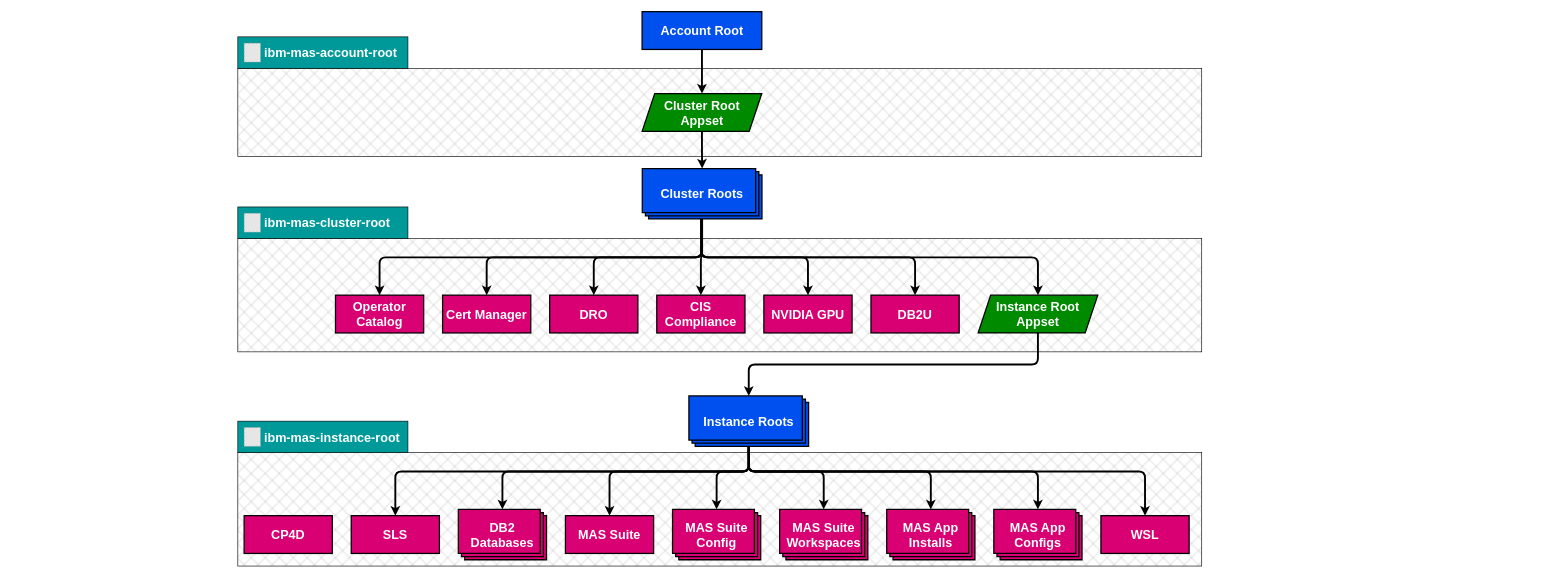
The draw.io diagram docs/drawio/appstructure.drawio in ibm-mas/gitops, before the edit. Source tidied: cells renumbered, new cells numbered last; positions are measured from the earlier drawing's top-left corner, leaving out a move shared by most shapes. Both pictures are drawn from the tidied source at 63%, with x=0, y=0 at pixel (238, 11). Pictures stored in the file or linked from it are replaced by grey dashed boxes.
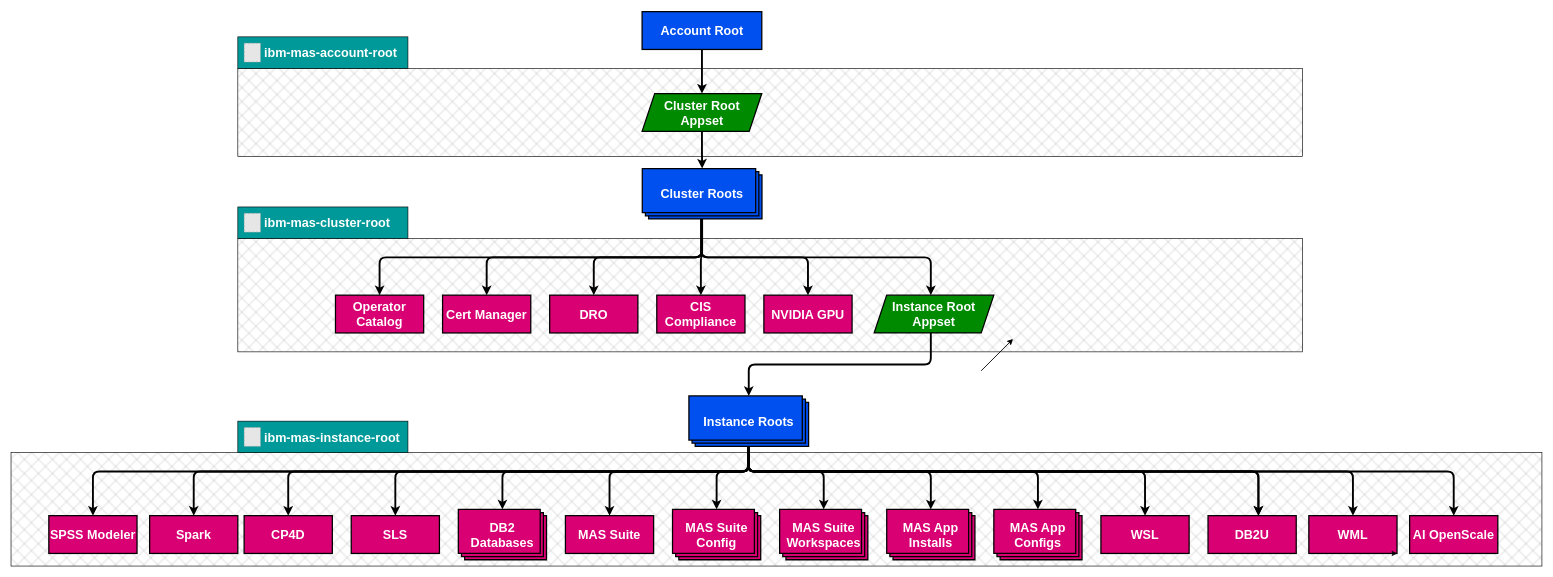
After the change.

Unchanged cells that the change refers to:
```xml
<mxCell id="19" value="CP4D" style="rounded=0;whiteSpace=wrap;html=1;fillColor=#d80073;strokeColor=#000000;fontColor=#ffffff;fontStyle=1;fontSize=20;strokeWidth=2;align=center;spacing=0;" parent="1" vertex="1">
  <mxGeometry x="10" y="800" width="140" height="60" as="geometry" />
</mxCell>
<mxCell id="27" value="&lt;span style=&quot;color: rgb(255, 255, 255); font-family: Helvetica; font-size: 20px; font-style: normal; font-variant-ligatures: normal; font-variant-caps: normal; letter-spacing: normal; orphans: 2; text-indent: 0px; text-transform: none; widows: 2; word-spacing: 0px; -webkit-text-stroke-width: 0px; text-decoration-thickness: initial; text-decoration-style: initial; text-decoration-color: initial; float: none; display: inline !important;&quot;&gt;Cluster Roots&lt;/span&gt;" style="verticalLabelPosition=middle;verticalAlign=middle;html=1;shape=mxgraph.basic.layered_rect;dx=10;outlineConnect=0;fillColor=#0050ef;fontColor=#ffffff;strokeColor=#000000;labelPosition=center;align=center;labelBackgroundColor=none;whiteSpace=wrap;horizontal=1;fontStyle=1;fontSize=20;strokeWidth=2;spacing=0;" parent="1" vertex="1">
  <mxGeometry x="642" y="249" width="190" height="80" as="geometry" />
</mxCell>
<mxCell id="36" value="Instance Roots" style="verticalLabelPosition=middle;verticalAlign=middle;html=1;shape=mxgraph.basic.layered_rect;dx=10;outlineConnect=0;fillColor=#0050ef;fontColor=#ffffff;strokeColor=#000000;labelPosition=center;align=center;labelBackgroundColor=none;whiteSpace=wrap;horizontal=1;fontStyle=1;fontSize=20;strokeWidth=2;spacing=0;" parent="1" vertex="1">
  <mxGeometry x="716" y="610" width="190" height="80" as="geometry" />
</mxCell>
```

What changed in the source:
```diff
@@
     <mxCell id="2" style="rounded=0;whiteSpace=wrap;html=1;strokeColor=#000000;strokeWidth=1;fontSize=20;fillColor=#9C9C9C;fillStyle=cross-hatch;" parent="1" vertex="1">
-      <mxGeometry y="700" width="1530" height="180" as="geometry" />
+      <mxGeometry x="-360" y="700" width="2430" height="180" as="geometry" />
     </mxCell>
     <mxCell id="3" style="rounded=0;whiteSpace=wrap;html=1;strokeColor=#000000;strokeWidth=1;fontSize=20;fillColor=#9C9C9C;fillStyle=cross-hatch;" parent="1" vertex="1">
-      <mxGeometry y="90" width="1530" height="140" as="geometry" />
+      <mxGeometry y="90" width="1690" height="140" as="geometry" />
     </mxCell>
     <mxCell id="4" style="rounded=0;whiteSpace=wrap;html=1;strokeColor=#000000;strokeWidth=1;fontSize=20;fillColor=#9C9C9C;fillStyle=cross-hatch;" parent="1" vertex="1">
-      <mxGeometry y="360" width="1530" height="180" as="geometry" />
+      <mxGeometry y="360" width="1690" height="180" as="geometry" />
     </mxCell>
@@
     <mxCell id="9" style="edgeStyle=orthogonalEdgeStyle;html=1;strokeWidth=3;orthogonal=1;strokeColor=#000000;" parent="1" edge="1" source="10" target="36">
       <mxGeometry relative="1" as="geometry">
         <Array as="points">
-          <mxPoint x="1270" y="560" />
+          <mxPoint x="1100" y="560" />
           <mxPoint x="811" y="560" />
         </Array>
       </mxGeometry>
     </mxCell>
     <mxCell id="10" value="Instance Root Appset" style="shape=parallelogram;perimeter=parallelogramPerimeter;whiteSpace=wrap;html=1;fixedSize=1;fillColor=#008a00;fontColor=#ffffff;strokeColor=#000000;fontStyle=1;fontSize=20;strokeWidth=2;align=center;spacing=0;" parent="1" vertex="1">
-      <mxGeometry x="1175" y="450" width="190" height="60" as="geometry" />
+      <mxGeometry x="1010" y="450" width="190" height="60" as="geometry" />
     </mxCell>
@@
     <mxCell id="16" value="DB2U" style="rounded=0;whiteSpace=wrap;html=1;fillColor=#d80073;strokeColor=#000000;fontColor=#ffffff;fontStyle=1;fontSize=20;strokeWidth=2;align=center;spacing=0;" parent="1" vertex="1">
-      <mxGeometry x="1005" y="450" width="140" height="60" as="geometry" />
+      <mxGeometry x="1540" y="800" width="140" height="60" as="geometry" />
     </mxCell>
@@
-    <mxCell id="25" style="edgeStyle=orthogonalEdgeStyle;html=1;strokeWidth=3;orthogonal=1;strokeColor=#000000;" parent="1" edge="1" source="27" target="16">
-      <mxGeometry relative="1" as="geometry">
-        <Array as="points">
-          <mxPoint x="736" y="390" />
-          <mxPoint x="1075" y="390" />
-        </Array>
-      </mxGeometry>
-    </mxCell>
     <mxCell id="26" style="edgeStyle=orthogonalEdgeStyle;html=1;strokeWidth=3;orthogonal=1;strokeColor=#000000;" parent="1" edge="1" source="27" target="10">
       <mxGeometry relative="1" as="geometry">
         <Array as="points">
           <mxPoint x="736" y="390" />
-          <mxPoint x="1270" y="390" />
+          <mxPoint x="1100" y="390" />
         </Array>
       </mxGeometry>
     </mxCell>
@@
+    <mxCell id="50" style="edgeStyle=orthogonalEdgeStyle;html=1;strokeColor=#000000;strokeWidth=3;fontSize=20;orthogonal=1;" parent="1" edge="1" source="36" target="16">
+      <mxGeometry relative="1" as="geometry">
+        <Array as="points">
+          <mxPoint x="810" y="730" />
+          <mxPoint x="1620" y="730" />
+        </Array>
+      </mxGeometry>
+    </mxCell>
+    <mxCell id="51" style="edgeStyle=orthogonalEdgeStyle;html=1;strokeWidth=3;orthogonal=1;strokeColor=#000000;" parent="1" edge="1" source="36" target="19">
+      <mxGeometry relative="1" as="geometry">
+        <Array as="points">
+          <mxPoint x="810" y="730" />
+          <mxPoint x="80" y="730" />
+        </Array>
+      </mxGeometry>
+    </mxCell>
+    <mxCell id="52" value="WML" style="rounded=0;whiteSpace=wrap;html=1;fillColor=#d80073;strokeColor=#000000;fontColor=#ffffff;fontStyle=1;fontSize=20;strokeWidth=2;align=center;spacing=0;" parent="1" vertex="1">
+      <mxGeometry x="1700" y="800" width="140" height="60" as="geometry" />
+    </mxCell>
+    <mxCell id="53" value="AI OpenScale" style="rounded=0;whiteSpace=wrap;html=1;fillColor=#d80073;strokeColor=#000000;fontColor=#ffffff;fontStyle=1;fontSize=20;strokeWidth=2;align=center;spacing=0;" parent="1" vertex="1">
+      <mxGeometry x="1860" y="800" width="140" height="60" as="geometry" />
+    </mxCell>
+    <mxCell id="54" style="endArrow=classic;html=1;" parent="1" edge="1">
+      <mxGeometry relative="1" as="geometry">
+        <mxPoint x="1180" y="570" as="sourcePoint" />
+        <mxPoint x="1230" y="520" as="targetPoint" />
+      </mxGeometry>
+    </mxCell>
+    <mxCell id="55" style="endArrow=classic;html=1;" parent="1" edge="1">
+      <mxGeometry relative="1" as="geometry">
+        <mxPoint x="1180" y="570" as="sourcePoint" />
+        <mxPoint x="1230" y="520" as="targetPoint" />
+      </mxGeometry>
+    </mxCell>
+    <mxCell id="56" style="edgeStyle=orthogonalEdgeStyle;html=1;strokeColor=#000000;strokeWidth=3;fontSize=20;orthogonal=1;" parent="1" edge="1">
+      <mxGeometry relative="1" as="geometry">
+        <mxPoint x="810" y="690" as="sourcePoint" />
+        <mxPoint x="1620" y="800" as="targetPoint" />
+        <Array as="points">
+          <mxPoint x="810" y="730" />
+          <mxPoint x="1620" y="730" />
+        </Array>
+      </mxGeometry>
+    </mxCell>
+    <mxCell id="57" style="edgeStyle=orthogonalEdgeStyle;html=1;strokeColor=#000000;strokeWidth=3;fontSize=20;orthogonal=1;" parent="1" edge="1">
+      <mxGeometry relative="1" as="geometry">
+        <mxPoint x="810" y="710" as="sourcePoint" />
+        <mxPoint x="1770" y="800" as="targetPoint" />
+        <Array as="points">
+          <mxPoint x="810" y="690" />
+          <mxPoint x="810" y="730" />
+          <mxPoint x="1770" y="730" />
+        </Array>
+      </mxGeometry>
+    </mxCell>
+    <mxCell id="58" style="edgeStyle=none;html=1;exitX=0.5;exitY=1;exitDx=0;exitDy=0;entryX=1;entryY=1;entryDx=0;entryDy=0;" parent="1" edge="1" source="52" target="52">
+      <mxGeometry relative="1" as="geometry" />
+    </mxCell>
+    <mxCell id="59" style="edgeStyle=orthogonalEdgeStyle;html=1;strokeColor=#000000;strokeWidth=3;fontSize=20;orthogonal=1;" parent="1" edge="1">
+      <mxGeometry relative="1" as="geometry">
+        <mxPoint x="810" y="690" as="sourcePoint" />
+        <mxPoint x="1930" y="800" as="targetPoint" />
+        <Array as="points">
+          <mxPoint x="810" y="730" />
+          <mxPoint x="1930" y="730" />
+        </Array>
+      </mxGeometry>
+    </mxCell>
+    <mxCell id="60" value="Spark" style="rounded=0;whiteSpace=wrap;html=1;fillColor=#d80073;strokeColor=#000000;fontColor=#ffffff;fontStyle=1;fontSize=20;strokeWidth=2;align=center;spacing=0;" parent="1" vertex="1">
+      <mxGeometry x="-140" y="800" width="140" height="60" as="geometry" />
+    </mxCell>
+    <mxCell id="61" value="SPSS Modeler" style="rounded=0;whiteSpace=wrap;html=1;fillColor=#d80073;strokeColor=#000000;fontColor=#ffffff;fontStyle=1;fontSize=20;strokeWidth=2;align=center;spacing=0;" parent="1" vertex="1">
+      <mxGeometry x="-300" y="800" width="140" height="60" as="geometry" />
+    </mxCell>
+    <mxCell id="62" style="edgeStyle=orthogonalEdgeStyle;html=1;strokeWidth=3;orthogonal=1;strokeColor=#000000;" parent="1" edge="1">
+      <mxGeometry relative="1" as="geometry">
+        <mxPoint x="810" y="690" as="sourcePoint" />
+        <mxPoint x="-230" y="800" as="targetPoint" />
+        <Array as="points">
+          <mxPoint x="810" y="690" />
+          <mxPoint x="810" y="730" />
+          <mxPoint x="-230" y="730" />
+        </Array>
+      </mxGeometry>
+    </mxCell>
+    <mxCell id="63" style="edgeStyle=orthogonalEdgeStyle;html=1;strokeWidth=3;orthogonal=1;strokeColor=#000000;" parent="1" edge="1">
+      <mxGeometry relative="1" as="geometry">
+        <mxPoint x="810" y="700" as="sourcePoint" />
+        <mxPoint x="-70" y="800" as="targetPoint" />
+        <Array as="points">
+          <mxPoint x="810" y="690" />
+          <mxPoint x="810" y="730" />
+          <mxPoint x="-70" y="730" />
+        </Array>
+      </mxGeometry>
+    </mxCell>
```
